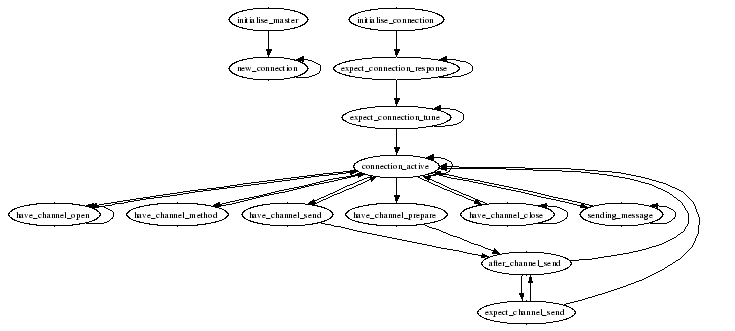
Above: doc/amq_server_agent.png in imatix/openamq (Graphviz), before the change. Its source is kept beside it as doc/amq_server_agent.dot. Its diagram source:
```dot
digraph {
    size = "7.5,8";
    center = 1;
    subgraph master {
        initialise_master -> new_connection;
        new_connection -> new_connection;
    }
    subgraph client {
        initialise_connection -> expect_connection_response;
        expect_connection_response -> expect_connection_tune;
        expect_connection_response -> expect_connection_response;
        expect_connection_tune -> expect_connection_tune;
        expect_connection_tune -> connection_active;
        connection_active -> connection_active;
        connection_active -> have_channel_open;
        connection_active -> have_channel_method;
        connection_active -> have_channel_send;
        connection_active -> have_channel_prepare;
        connection_active -> have_channel_close;
        connection_active -> sending_message;
        have_channel_open -> connection_active;
        have_channel_open -> have_channel_open;
        have_channel_method -> connection_active;
        have_channel_send -> after_channel_send;
        have_channel_send -> connection_active;
        after_channel_send -> expect_channel_send;
        after_channel_send -> connection_active;
        expect_channel_send -> after_channel_send;
        expect_channel_send -> connection_active;
        have_channel_prepare -> after_channel_send;
        have_channel_close -> have_channel_close;
        have_channel_close -> connection_active;
        sending_message -> sending_message;
        sending_message -> connection_active;
    }
}
```
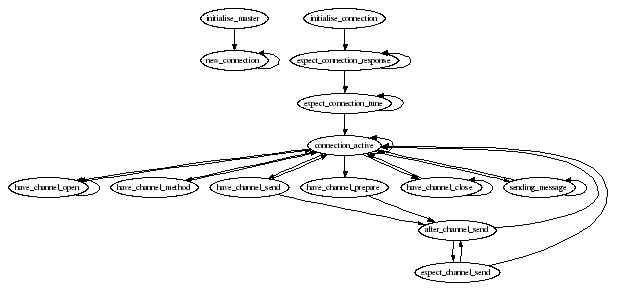
Above is the later version.

Commit message:
Graph size accomodated for PDF node visibility

What changed in the source:
```diff
@@ -1,6 +1,5 @@
 digraph {
-    size = "7.5,8";
-    center = 1;
+    size = "6.5,8";
     subgraph master {
         initialise_master -> new_connection;
         new_connection -> new_connection;
```
